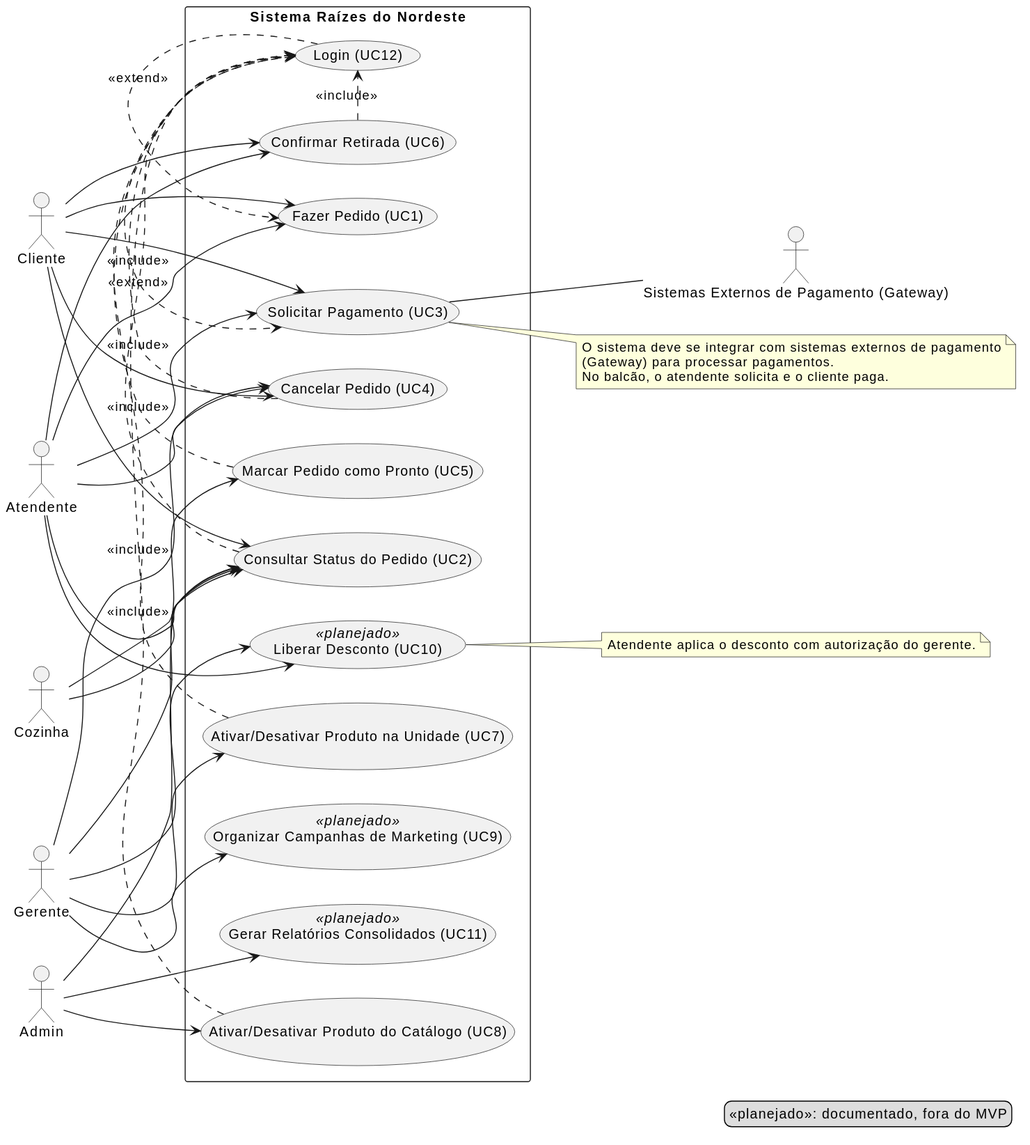
Above: docs/diagramas/diagrama-casos-uso/diagrama-casos-uso.svg in elvasthaisa/projeto-backend-raizes-do-nordeste (PlantUML), before the change. Its diagram source:
```plantuml
@startuml
left to right direction

  actor Cliente
  actor Atendente
  actor Cozinha
  actor Gerente
  actor Admin
  actor "Sistemas Externos de Pagamento (Gateway)" as Gateway

  rectangle "Sistema Raízes do Nordeste" {
    usecase "Fazer Pedido (UC1)" as UC1
    usecase "Consultar Status do Pedido (UC2)" as UC2
    usecase "Solicitar Pagamento (UC3)" as UC3
    usecase "Cancelar Pedido (UC4)" as UC4
    usecase "Marcar Pedido como Pronto (UC5)" as UC5
    usecase "Confirmar Retirada (UC6)" as UC6
    usecase "Ativar/Desativar Produto na Unidade (UC7)" as UC7
    usecase "Ativar/Desativar Produto do Catálogo (UC8)" as UC8
    usecase "Organizar Campanhas de Marketing (UC9)" as UC9 <<planejado>>
    usecase "Liberar Desconto (UC10)" as UC10 <<planejado>>
    usecase "Gerar Relatórios Consolidados (UC11)" as UC11 <<planejado>>
    usecase "Login (UC12)" as UC12
  }

  Cliente --> UC1
  Cliente --> UC2
  Cliente --> UC3
  Cliente --> UC4
  Cliente --> UC6
  Atendente --> UC1
  Atendente --> UC2
  Atendente --> UC3
  Atendente --> UC4
  Atendente --> UC6
  Atendente --> UC10
  Cozinha --> UC2
  Cozinha --> UC5
  Gerente --> UC2
  Gerente --> UC4
  Gerente --> UC7
  Gerente --> UC9
  Gerente --> UC10
  Admin --> UC2
  Admin --> UC8
  Admin --> UC11

  UC12 .> UC1 : <<extend>>
  UC12 .> UC3 : <<extend>>
  UC2 .> UC12 : <<include>>
  UC4 .> UC12 : <<include>>
  UC5 .> UC12 : <<include>>
  UC6 .> UC12 : <<include>>
  UC7 .> UC12 : <<include>>
  UC8 .> UC12 : <<include>>

  UC3 -- Gateway

  note right of UC3
    O sistema deve se integrar com sistemas externos de pagamento
    (Gateway) para processar pagamentos.
    No balcão, o atendente solicita e o cliente paga.
  end note
  note right of UC10
    Atendente aplica o desconto com autorização do gerente.
  end note
  legend right
    «planejado»: documentado, fora do MVP
  end legend
@enduml
```
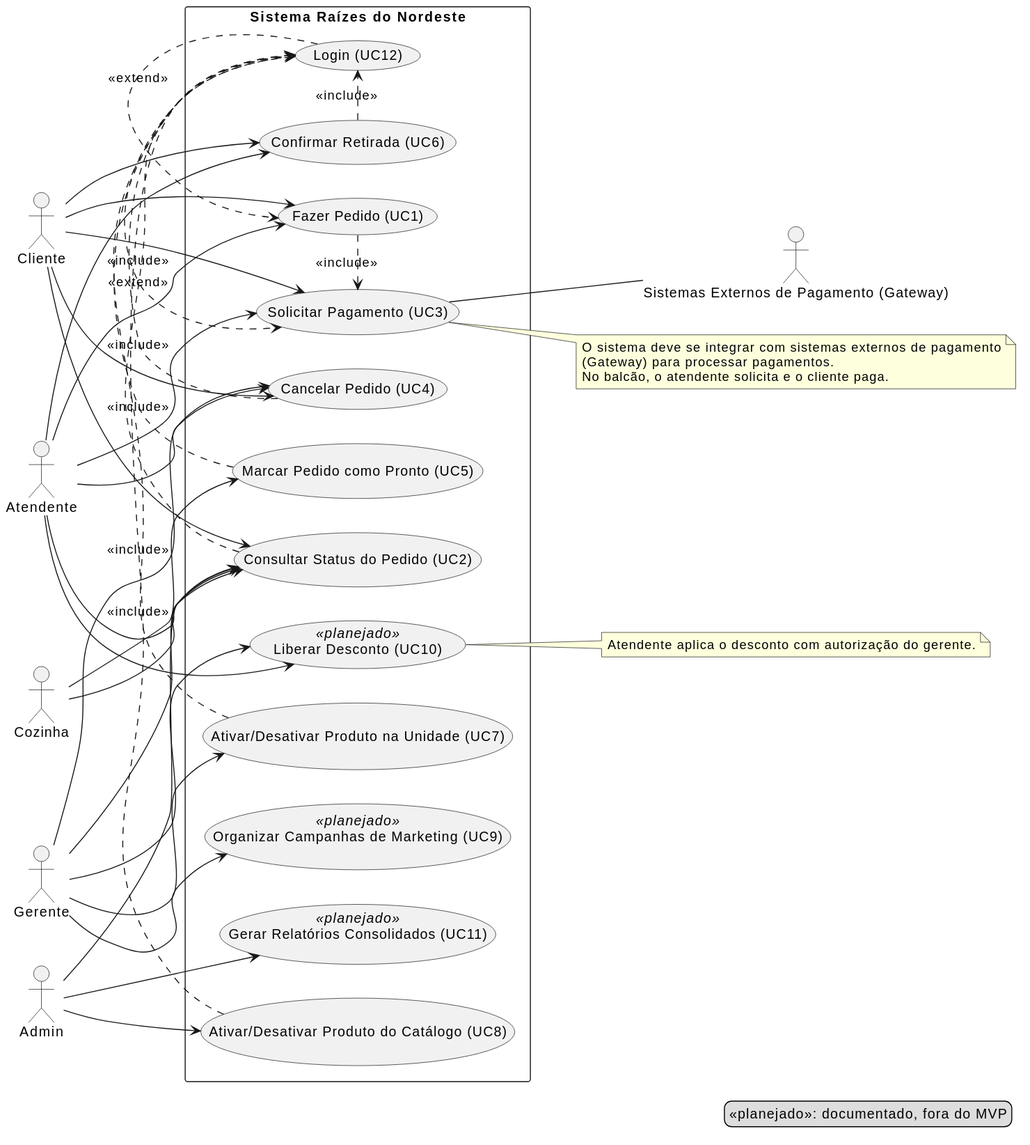
The same file after the commit.

Commit message:
feat: :memo: Adiciona include entre Fazer Pedido e Solicitar Pagamento no diagrama de casos de uso

The edit, as a diff of the source:
```diff
@@ -53,6 +53,7 @@
   UC6 .> UC12 : <<include>>
   UC7 .> UC12 : <<include>>
   UC8 .> UC12 : <<include>>
+  UC1 .> UC3 : <<include>>
 
   UC3 -- Gateway
 
```
